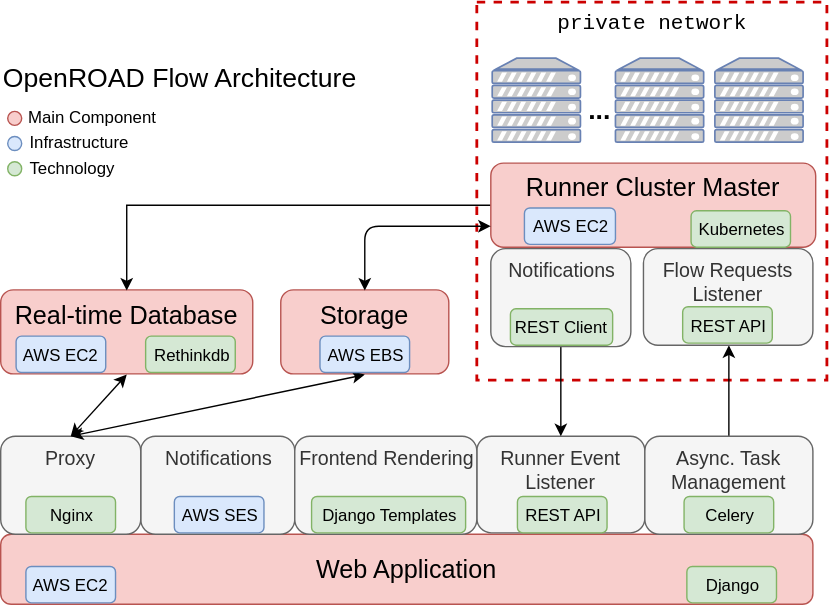
Before: source/.static/img/architecture.svg, a diagram exported from draw.io (The-OpenROAD-Project-Attic/docs). Source tidied: cells renumbered, new cells last; positions are measured from the earlier drawing's top-left corner, leaving out a move shared by most shapes. Its diagram source:
```xml
<mxGraphModel>
  <root>
    <mxCell id="0" />
    <mxCell id="1" parent="0" />
    <mxCell id="2" value="private network" style="rounded=0;whiteSpace=wrap;html=1;fontSize=15;align=center;fillColor=none;dashed=1;strokeColor=#CC0000;strokeWidth=2;verticalAlign=top;fontFamily=Courier New;" parent="1" vertex="1">
      <mxGeometry x="340" width="250" height="270" as="geometry" />
    </mxCell>
    <mxCell id="3" value="Web Application" style="rounded=1;whiteSpace=wrap;html=1;fontSize=18;fillColor=#f8cecc;strokeColor=#b85450;" parent="1" vertex="1">
      <mxGeometry y="380" width="580" height="50" as="geometry" />
    </mxCell>
    <mxCell id="4" value="Runner Event Listener" style="rounded=1;whiteSpace=wrap;html=1;fontSize=14;verticalAlign=top;align=center;fillColor=#f5f5f5;strokeColor=#666666;fontColor=#333333;" parent="1" vertex="1">
      <mxGeometry x="340" y="310" width="120" height="69" as="geometry" />
    </mxCell>
    <mxCell id="5" value="Notifications" style="rounded=1;whiteSpace=wrap;html=1;fontSize=14;verticalAlign=top;fillColor=#f5f5f5;strokeColor=#666666;fontColor=#333333;" parent="1" vertex="1">
      <mxGeometry x="100" y="310" width="110" height="70" as="geometry" />
    </mxCell>
    <mxCell id="6" value="Frontend Rendering" style="rounded=1;whiteSpace=wrap;html=1;fontSize=14;verticalAlign=top;fillColor=#f5f5f5;strokeColor=#666666;fontColor=#333333;" parent="1" vertex="1">
      <mxGeometry x="210" y="310" width="130" height="70" as="geometry" />
    </mxCell>
    <mxCell id="7" style="edgeStyle=orthogonalEdgeStyle;rounded=0;html=1;exitX=0.5;exitY=0;entryX=0.5;entryY=1;jettySize=auto;fontSize=12;" parent="1" edge="1" source="8" target="26">
      <mxGeometry relative="1" as="geometry" />
    </mxCell>
    <mxCell id="8" value="Async. Task Management" style="rounded=1;whiteSpace=wrap;html=1;fontSize=14;verticalAlign=top;fillColor=#f5f5f5;strokeColor=#666666;fontColor=#333333;" parent="1" vertex="1">
      <mxGeometry x="460" y="310" width="120" height="70" as="geometry" />
    </mxCell>
    <mxCell id="9" value="REST API" style="rounded=1;whiteSpace=wrap;html=1;fontSize=12;align=center;fillColor=#d5e8d4;strokeColor=#82b366;" parent="1" vertex="1">
      <mxGeometry x="369" y="353" width="64" height="26" as="geometry" />
    </mxCell>
    <mxCell id="10" value="AWS SES" style="rounded=1;whiteSpace=wrap;html=1;fontSize=12;align=center;fillColor=#dae8fc;strokeColor=#6c8ebf;" parent="1" vertex="1">
      <mxGeometry x="124" y="353" width="64" height="26" as="geometry" />
    </mxCell>
    <mxCell id="11" value="Django Templates" style="rounded=1;whiteSpace=wrap;html=1;fontSize=12;align=center;fillColor=#d5e8d4;strokeColor=#82b366;" parent="1" vertex="1">
      <mxGeometry x="222" y="353" width="110" height="26" as="geometry" />
    </mxCell>
    <mxCell id="12" value="Celery" style="rounded=1;whiteSpace=wrap;html=1;fontSize=12;align=center;fillColor=#d5e8d4;strokeColor=#82b366;" parent="1" vertex="1">
      <mxGeometry x="488" y="353" width="64" height="26" as="geometry" />
    </mxCell>
    <mxCell id="13" value="Django" style="rounded=1;whiteSpace=wrap;html=1;fontSize=12;align=center;fillColor=#d5e8d4;strokeColor=#82b366;" parent="1" vertex="1">
      <mxGeometry x="490" y="403" width="64" height="26" as="geometry" />
    </mxCell>
    <mxCell id="14" value="Proxy" style="rounded=1;whiteSpace=wrap;html=1;fontSize=14;verticalAlign=top;align=center;fillColor=#f5f5f5;strokeColor=#666666;fontColor=#333333;" parent="1" vertex="1">
      <mxGeometry y="310" width="100" height="70" as="geometry" />
    </mxCell>
    <mxCell id="15" value="Nginx" style="rounded=1;whiteSpace=wrap;html=1;fontSize=12;align=center;fillColor=#d5e8d4;strokeColor=#82b366;" parent="1" vertex="1">
      <mxGeometry x="18" y="353" width="64" height="26" as="geometry" />
    </mxCell>
    <mxCell id="16" value="AWS EC2" style="rounded=1;whiteSpace=wrap;html=1;fontSize=12;align=center;fillColor=#dae8fc;strokeColor=#6c8ebf;" parent="1" vertex="1">
      <mxGeometry x="18" y="403" width="64" height="26" as="geometry" />
    </mxCell>
    <mxCell id="17" value="Storage" style="rounded=1;whiteSpace=wrap;html=1;fontSize=18;fillColor=#f8cecc;strokeColor=#b85450;verticalAlign=top;" parent="1" vertex="1">
      <mxGeometry x="200" y="205.5" width="120" height="60" as="geometry" />
    </mxCell>
    <mxCell id="18" value="Real-time Database" style="rounded=1;whiteSpace=wrap;html=1;fontSize=18;fillColor=#f8cecc;strokeColor=#b85450;verticalAlign=top;" parent="1" vertex="1">
      <mxGeometry y="205.5" width="180" height="60" as="geometry" />
    </mxCell>
    <mxCell id="19" style="endArrow=classic;startArrow=classic;html=1;fontSize=12;exitX=0.5;exitY=0;entryX=0.5;entryY=1;" parent="1" edge="1" source="14" target="17">
      <mxGeometry relative="1" as="geometry" />
    </mxCell>
    <mxCell id="20" style="endArrow=classic;startArrow=classic;html=1;fontSize=12;exitX=0.5;exitY=0;entryX=0.5;entryY=1;" parent="1" edge="1" source="14" target="18">
      <mxGeometry relative="1" as="geometry" />
    </mxCell>
    <mxCell id="21" value="AWS EC2" style="rounded=1;whiteSpace=wrap;html=1;fontSize=12;align=center;fillColor=#dae8fc;strokeColor=#6c8ebf;" parent="1" vertex="1">
      <mxGeometry x="11" y="238.5" width="64" height="26" as="geometry" />
    </mxCell>
    <mxCell id="22" value="Rethinkdb" style="rounded=1;whiteSpace=wrap;html=1;fontSize=12;align=center;fillColor=#d5e8d4;strokeColor=#82b366;" parent="1" vertex="1">
      <mxGeometry x="103.5" y="238.5" width="64" height="26" as="geometry" />
    </mxCell>
    <mxCell id="23" value="AWS EBS" style="rounded=1;whiteSpace=wrap;html=1;fontSize=12;align=center;fillColor=#dae8fc;strokeColor=#6c8ebf;" parent="1" vertex="1">
      <mxGeometry x="228" y="238.5" width="64" height="26" as="geometry" />
    </mxCell>
    <mxCell id="24" style="edgeStyle=orthogonalEdgeStyle;rounded=0;html=1;exitX=0;exitY=0.5;entryX=0.5;entryY=0;jettySize=auto;fontSize=12;" parent="1" edge="1" source="25" target="18">
      <mxGeometry relative="1" as="geometry" />
    </mxCell>
    <mxCell id="25" value="Runner Cluster Master&lt;br&gt;" style="rounded=1;whiteSpace=wrap;html=1;fontSize=18;fillColor=#f8cecc;strokeColor=#b85450;verticalAlign=top;" parent="1" vertex="1">
      <mxGeometry x="350" y="115" width="232" height="60" as="geometry" />
    </mxCell>
    <mxCell id="26" value="Flow Requests Listener" style="rounded=1;whiteSpace=wrap;html=1;fontSize=14;verticalAlign=top;align=center;fillColor=#f5f5f5;strokeColor=#666666;fontColor=#333333;" parent="1" vertex="1">
      <mxGeometry x="459" y="176" width="121" height="69" as="geometry" />
    </mxCell>
    <mxCell id="27" value="REST API" style="rounded=1;whiteSpace=wrap;html=1;fontSize=12;align=center;fillColor=#d5e8d4;strokeColor=#82b366;" parent="1" vertex="1">
      <mxGeometry x="487" y="217.5" width="64" height="26" as="geometry" />
    </mxCell>
    <mxCell id="28" style="endArrow=classic;startArrow=classic;html=1;fontSize=12;entryX=0;entryY=0.75;exitX=0.5;exitY=0;" parent="1" edge="1" source="17" target="25">
      <mxGeometry relative="1" as="geometry">
        <Array as="points">
          <mxPoint x="260" y="160" />
        </Array>
      </mxGeometry>
    </mxCell>
    <mxCell id="29" style="edgeStyle=orthogonalEdgeStyle;rounded=0;html=1;jettySize=auto;fontSize=12;" parent="1" edge="1" source="30" target="4">
      <mxGeometry relative="1" as="geometry" />
    </mxCell>
    <mxCell id="30" value="Notifications" style="rounded=1;whiteSpace=wrap;html=1;fontSize=14;verticalAlign=top;fillColor=#f5f5f5;strokeColor=#666666;fontColor=#333333;" parent="1" vertex="1">
      <mxGeometry x="350" y="176" width="100" height="70" as="geometry" />
    </mxCell>
    <mxCell id="31" value="REST Client" style="rounded=1;whiteSpace=wrap;html=1;fontSize=12;align=center;fillColor=#d5e8d4;strokeColor=#82b366;" parent="1" vertex="1">
      <mxGeometry x="364" y="219" width="73" height="26" as="geometry" />
    </mxCell>
    <mxCell id="32" value="AWS EC2" style="rounded=1;whiteSpace=wrap;html=1;fontSize=12;align=center;fillColor=#dae8fc;strokeColor=#6c8ebf;" parent="1" vertex="1">
      <mxGeometry x="374" y="147" width="65" height="26" as="geometry" />
    </mxCell>
    <mxCell id="33" value="Kubernetes" style="rounded=1;whiteSpace=wrap;html=1;fontSize=12;align=center;fillColor=#d5e8d4;strokeColor=#82b366;" parent="1" vertex="1">
      <mxGeometry x="493" y="149" width="71" height="26" as="geometry" />
    </mxCell>
    <mxCell id="34" style="fontColor=#0066CC;verticalAlign=top;verticalLabelPosition=bottom;labelPosition=center;align=center;html=1;fillColor=#CCCCCC;strokeColor=#6881B3;gradientColor=none;gradientDirection=north;strokeWidth=2;shape=mxgraph.networks.server;" parent="1" vertex="1">
      <mxGeometry x="510" y="40" width="63" height="60" as="geometry" />
    </mxCell>
    <mxCell id="35" style="fontColor=#0066CC;verticalAlign=top;verticalLabelPosition=bottom;labelPosition=center;align=center;html=1;fillColor=#CCCCCC;strokeColor=#6881B3;gradientColor=none;gradientDirection=north;strokeWidth=2;shape=mxgraph.networks.server;" parent="1" vertex="1">
      <mxGeometry x="439" y="40" width="63" height="60" as="geometry" />
    </mxCell>
    <mxCell id="36" style="fontColor=#0066CC;verticalAlign=top;verticalLabelPosition=bottom;labelPosition=center;align=center;html=1;fillColor=#CCCCCC;strokeColor=#6881B3;gradientColor=none;gradientDirection=north;strokeWidth=2;shape=mxgraph.networks.server;" parent="1" vertex="1">
      <mxGeometry x="351" y="40" width="63" height="60" as="geometry" />
    </mxCell>
    <mxCell id="37" value="&lt;b style=&quot;font-size: 19px;&quot;&gt;...&lt;/b&gt;" style="text;html=1;align=left;verticalAlign=top;spacingTop=-4;fontSize=19;" parent="1" vertex="1">
      <mxGeometry x="418" y="64" width="30" height="20" as="geometry" />
    </mxCell>
    <mxCell id="38" style="ellipse;whiteSpace=wrap;html=1;fontSize=19;align=center;fillColor=#f8cecc;strokeColor=#b85450;" parent="1" vertex="1">
      <mxGeometry x="5" y="78" width="10" height="10" as="geometry" />
    </mxCell>
    <mxCell id="39" value="&lt;font style=&quot;font-size: 12px&quot;&gt;Main Component&lt;/font&gt;" style="text;html=1;align=left;verticalAlign=top;spacingTop=-4;fontSize=19;" parent="1" vertex="1">
      <mxGeometry x="18" y="67" width="110" height="30" as="geometry" />
    </mxCell>
    <mxCell id="40" style="ellipse;whiteSpace=wrap;html=1;fontSize=19;align=center;fillColor=#dae8fc;strokeColor=#6c8ebf;" parent="1" vertex="1">
      <mxGeometry x="5" y="96" width="10" height="10" as="geometry" />
    </mxCell>
    <mxCell id="41" value="&lt;font style=&quot;font-size: 12px&quot;&gt;Infrastructure&lt;/font&gt;" style="text;html=1;align=left;verticalAlign=top;spacingTop=-4;fontSize=19;" parent="1" vertex="1">
      <mxGeometry x="19" y="85" width="90" height="30" as="geometry" />
    </mxCell>
    <mxCell id="42" style="ellipse;whiteSpace=wrap;html=1;fontSize=19;align=center;fillColor=#d5e8d4;strokeColor=#82b366;" parent="1" vertex="1">
      <mxGeometry x="5" y="114" width="10" height="10" as="geometry" />
    </mxCell>
    <mxCell id="43" value="&lt;font style=&quot;font-size: 12px&quot;&gt;Technology&lt;/font&gt;" style="text;html=1;align=left;verticalAlign=top;spacingTop=-4;fontSize=19;" parent="1" vertex="1">
      <mxGeometry x="19" y="103" width="80" height="30" as="geometry" />
    </mxCell>
    <mxCell id="44" value="OpenROAD Flow Architecture" style="text;html=1;align=left;verticalAlign=top;spacingTop=-4;fontSize=19;" parent="1" vertex="1">
      <mxGeometry y="41" width="270" height="20" as="geometry" />
    </mxCell>
  </root>
</mxGraphModel>
```
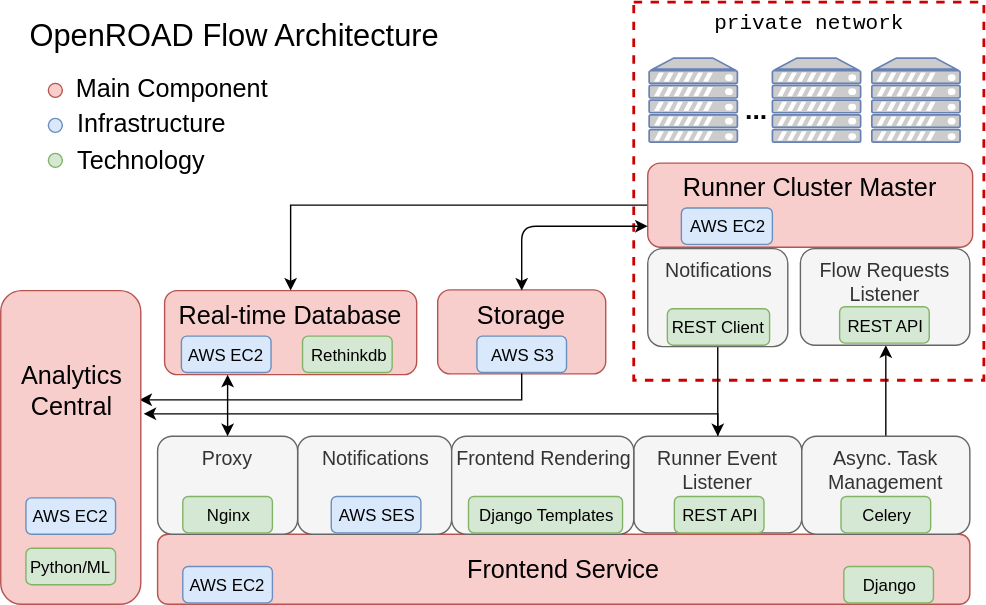
Later version of the same file.

Change to the diagram source:
```diff
@@ -5,9 +5,17 @@
     <mxCell id="2" value="private network" style="rounded=0;whiteSpace=wrap;html=1;fontSize=15;align=center;fillColor=none;dashed=1;strokeColor=#CC0000;strokeWidth=2;verticalAlign=top;fontFamily=Courier New;" parent="1" vertex="1">
       <mxGeometry x="340" width="250" height="270" as="geometry" />
     </mxCell>
-    <mxCell id="3" value="Web Application" style="rounded=1;whiteSpace=wrap;html=1;fontSize=18;fillColor=#f8cecc;strokeColor=#b85450;" parent="1" vertex="1">
+    <mxCell id="3" value="Frontend Service" style="rounded=1;whiteSpace=wrap;html=1;fontSize=18;fillColor=#f8cecc;strokeColor=#b85450;" parent="1" vertex="1">
       <mxGeometry y="380" width="580" height="50" as="geometry" />
     </mxCell>
+    <mxCell id="45" style="edgeStyle=orthogonalEdgeStyle;rounded=0;jettySize=auto;html=1;exitX=0.5;exitY=0;exitDx=0;exitDy=0;" parent="1" edge="1" source="4">
+      <mxGeometry relative="1" as="geometry">
+        <mxPoint x="-10" y="294" as="targetPoint" />
+        <Array as="points">
+          <mxPoint x="400" y="294" />
+        </Array>
+      </mxGeometry>
+    </mxCell>
     <mxCell id="4" value="Runner Event Listener" style="rounded=1;whiteSpace=wrap;html=1;fontSize=14;verticalAlign=top;align=center;fillColor=#f5f5f5;strokeColor=#666666;fontColor=#333333;" parent="1" vertex="1">
       <mxGeometry x="340" y="310" width="120" height="69" as="geometry" />
     </mxCell>
@@ -51,21 +59,25 @@
       <mxGeometry x="200" y="205.5" width="120" height="60" as="geometry" />
     </mxCell>
     <mxCell id="18" value="Real-time Database" style="rounded=1;whiteSpace=wrap;html=1;fontSize=18;fillColor=#f8cecc;strokeColor=#b85450;verticalAlign=top;" parent="1" vertex="1">
-      <mxGeometry y="205.5" width="180" height="60" as="geometry" />
+      <mxGeometry x="5" y="206" width="180" height="60" as="geometry" />
     </mxCell>
-    <mxCell id="19" style="endArrow=classic;startArrow=classic;html=1;fontSize=12;exitX=0.5;exitY=0;entryX=0.5;entryY=1;" parent="1" edge="1" source="14" target="17">
-      <mxGeometry relative="1" as="geometry" />
-    </mxCell>
-    <mxCell id="20" style="endArrow=classic;startArrow=classic;html=1;fontSize=12;exitX=0.5;exitY=0;entryX=0.5;entryY=1;" parent="1" edge="1" source="14" target="18">
+    <mxCell id="20" style="endArrow=classic;startArrow=classic;html=1;fontSize=12;exitX=0.5;exitY=0;entryX=0.25;entryY=1;entryDx=0;entryDy=0;" parent="1" edge="1" source="14" target="18">
       <mxGeometry relative="1" as="geometry" />
     </mxCell>
     <mxCell id="21" value="AWS EC2" style="rounded=1;whiteSpace=wrap;html=1;fontSize=12;align=center;fillColor=#dae8fc;strokeColor=#6c8ebf;" parent="1" vertex="1">
-      <mxGeometry x="11" y="238.5" width="64" height="26" as="geometry" />
+      <mxGeometry x="17" y="238.5" width="64" height="26" as="geometry" />
     </mxCell>
     <mxCell id="22" value="Rethinkdb" style="rounded=1;whiteSpace=wrap;html=1;fontSize=12;align=center;fillColor=#d5e8d4;strokeColor=#82b366;" parent="1" vertex="1">
       <mxGeometry x="103.5" y="238.5" width="64" height="26" as="geometry" />
     </mxCell>
+    <mxCell id="46" style="edgeStyle=orthogonalEdgeStyle;rounded=0;jettySize=auto;html=1;exitX=0.5;exitY=1;exitDx=0;exitDy=0;entryX=0.99;entryY=0.348;entryDx=0;entryDy=0;entryPerimeter=0;" parent="1" edge="1" source="23" target="47">
+      <mxGeometry relative="1" as="geometry">
+        <Array as="points">
+          <mxPoint x="260" y="284" />
+        </Array>
+      </mxGeometry>
+    </mxCell>
-    <mxCell id="23" value="AWS EBS" style="rounded=1;whiteSpace=wrap;html=1;fontSize=12;align=center;fillColor=#dae8fc;strokeColor=#6c8ebf;" parent="1" vertex="1">
+    <mxCell id="23" value="AWS S3&lt;br&gt;" style="rounded=1;whiteSpace=wrap;html=1;fontSize=12;align=center;fillColor=#dae8fc;strokeColor=#6c8ebf;" parent="1" vertex="1">
       <mxGeometry x="228" y="238.5" width="64" height="26" as="geometry" />
     </mxCell>
     <mxCell id="24" style="edgeStyle=orthogonalEdgeStyle;rounded=0;html=1;exitX=0;exitY=0.5;entryX=0.5;entryY=0;jettySize=auto;fontSize=12;" parent="1" edge="1" source="25" target="18">
@@ -99,9 +111,6 @@
     <mxCell id="32" value="AWS EC2" style="rounded=1;whiteSpace=wrap;html=1;fontSize=12;align=center;fillColor=#dae8fc;strokeColor=#6c8ebf;" parent="1" vertex="1">
       <mxGeometry x="374" y="147" width="65" height="26" as="geometry" />
     </mxCell>
-    <mxCell id="33" value="Kubernetes" style="rounded=1;whiteSpace=wrap;html=1;fontSize=12;align=center;fillColor=#d5e8d4;strokeColor=#82b366;" parent="1" vertex="1">
-      <mxGeometry x="493" y="149" width="71" height="26" as="geometry" />
-    </mxCell>
     <mxCell id="34" style="fontColor=#0066CC;verticalAlign=top;verticalLabelPosition=bottom;labelPosition=center;align=center;html=1;fillColor=#CCCCCC;strokeColor=#6881B3;gradientColor=none;gradientDirection=north;strokeWidth=2;shape=mxgraph.networks.server;" parent="1" vertex="1">
       <mxGeometry x="510" y="40" width="63" height="60" as="geometry" />
     </mxCell>
@@ -115,25 +124,34 @@
       <mxGeometry x="418" y="64" width="30" height="20" as="geometry" />
     </mxCell>
     <mxCell id="38" style="ellipse;whiteSpace=wrap;html=1;fontSize=19;align=center;fillColor=#f8cecc;strokeColor=#b85450;" parent="1" vertex="1">
-      <mxGeometry x="5" y="78" width="10" height="10" as="geometry" />
+      <mxGeometry x="-78" y="58" width="10" height="10" as="geometry" />
     </mxCell>
-    <mxCell id="39" value="&lt;font style=&quot;font-size: 12px&quot;&gt;Main Component&lt;/font&gt;" style="text;html=1;align=left;verticalAlign=top;spacingTop=-4;fontSize=19;" parent="1" vertex="1">
-      <mxGeometry x="18" y="67" width="110" height="30" as="geometry" />
+    <mxCell id="39" value="&lt;font style=&quot;font-size: 18px;&quot;&gt;Main Component&lt;/font&gt;" style="text;html=1;align=left;verticalAlign=top;spacingTop=-4;fontSize=18;" parent="1" vertex="1">
+      <mxGeometry x="-60" y="49" width="110" height="30" as="geometry" />
     </mxCell>
     <mxCell id="40" style="ellipse;whiteSpace=wrap;html=1;fontSize=19;align=center;fillColor=#dae8fc;strokeColor=#6c8ebf;" parent="1" vertex="1">
-      <mxGeometry x="5" y="96" width="10" height="10" as="geometry" />
+      <mxGeometry x="-78" y="83" width="10" height="10" as="geometry" />
     </mxCell>
-    <mxCell id="41" value="&lt;font style=&quot;font-size: 12px&quot;&gt;Infrastructure&lt;/font&gt;" style="text;html=1;align=left;verticalAlign=top;spacingTop=-4;fontSize=19;" parent="1" vertex="1">
-      <mxGeometry x="19" y="85" width="90" height="30" as="geometry" />
+    <mxCell id="41" value="&lt;font style=&quot;font-size: 18px;&quot;&gt;Infrastructure&lt;/font&gt;" style="text;html=1;align=left;verticalAlign=top;spacingTop=-4;fontSize=18;" parent="1" vertex="1">
+      <mxGeometry x="-59" y="74" width="90" height="30" as="geometry" />
     </mxCell>
     <mxCell id="42" style="ellipse;whiteSpace=wrap;html=1;fontSize=19;align=center;fillColor=#d5e8d4;strokeColor=#82b366;" parent="1" vertex="1">
-      <mxGeometry x="5" y="114" width="10" height="10" as="geometry" />
+      <mxGeometry x="-78" y="108" width="10" height="10" as="geometry" />
     </mxCell>
-    <mxCell id="43" value="&lt;font style=&quot;font-size: 12px&quot;&gt;Technology&lt;/font&gt;" style="text;html=1;align=left;verticalAlign=top;spacingTop=-4;fontSize=19;" parent="1" vertex="1">
-      <mxGeometry x="19" y="103" width="80" height="30" as="geometry" />
+    <mxCell id="43" value="&lt;font style=&quot;font-size: 18px;&quot;&gt;Technology&lt;/font&gt;" style="text;html=1;align=left;verticalAlign=top;spacingTop=-4;fontSize=18;" parent="1" vertex="1">
+      <mxGeometry x="-59" y="101" width="80" height="30" as="geometry" />
     </mxCell>
-    <mxCell id="44" value="OpenROAD Flow Architecture" style="text;html=1;align=left;verticalAlign=top;spacingTop=-4;fontSize=19;" parent="1" vertex="1">
-      <mxGeometry y="41" width="270" height="20" as="geometry" />
+    <mxCell id="44" value="OpenROAD Flow Architecture" style="text;html=1;align=left;verticalAlign=top;spacingTop=-4;fontSize=22;" parent="1" vertex="1">
+      <mxGeometry x="-93" y="9" width="270" height="20" as="geometry" />
     </mxCell>
+    <mxCell id="47" value="&lt;br&gt;&lt;br&gt;Analytics&lt;br&gt;Central" style="rounded=1;whiteSpace=wrap;html=1;fontSize=18;fillColor=#f8cecc;strokeColor=#b85450;verticalAlign=top;" parent="1" vertex="1">
+      <mxGeometry x="-112" y="206" width="100" height="224" as="geometry" />
+    </mxCell>
+    <mxCell id="48" value="AWS EC2" style="rounded=1;whiteSpace=wrap;html=1;fontSize=12;align=center;fillColor=#dae8fc;strokeColor=#6c8ebf;" parent="1" vertex="1">
+      <mxGeometry x="-94" y="354" width="64" height="26" as="geometry" />
+    </mxCell>
+    <mxCell id="49" value="Python/ML" style="rounded=1;whiteSpace=wrap;html=1;fontSize=12;align=center;fillColor=#d5e8d4;strokeColor=#82b366;" parent="1" vertex="1">
+      <mxGeometry x="-94" y="390" width="64" height="26" as="geometry" />
+    </mxCell>
   </root>
 </mxGraphModel>
```
